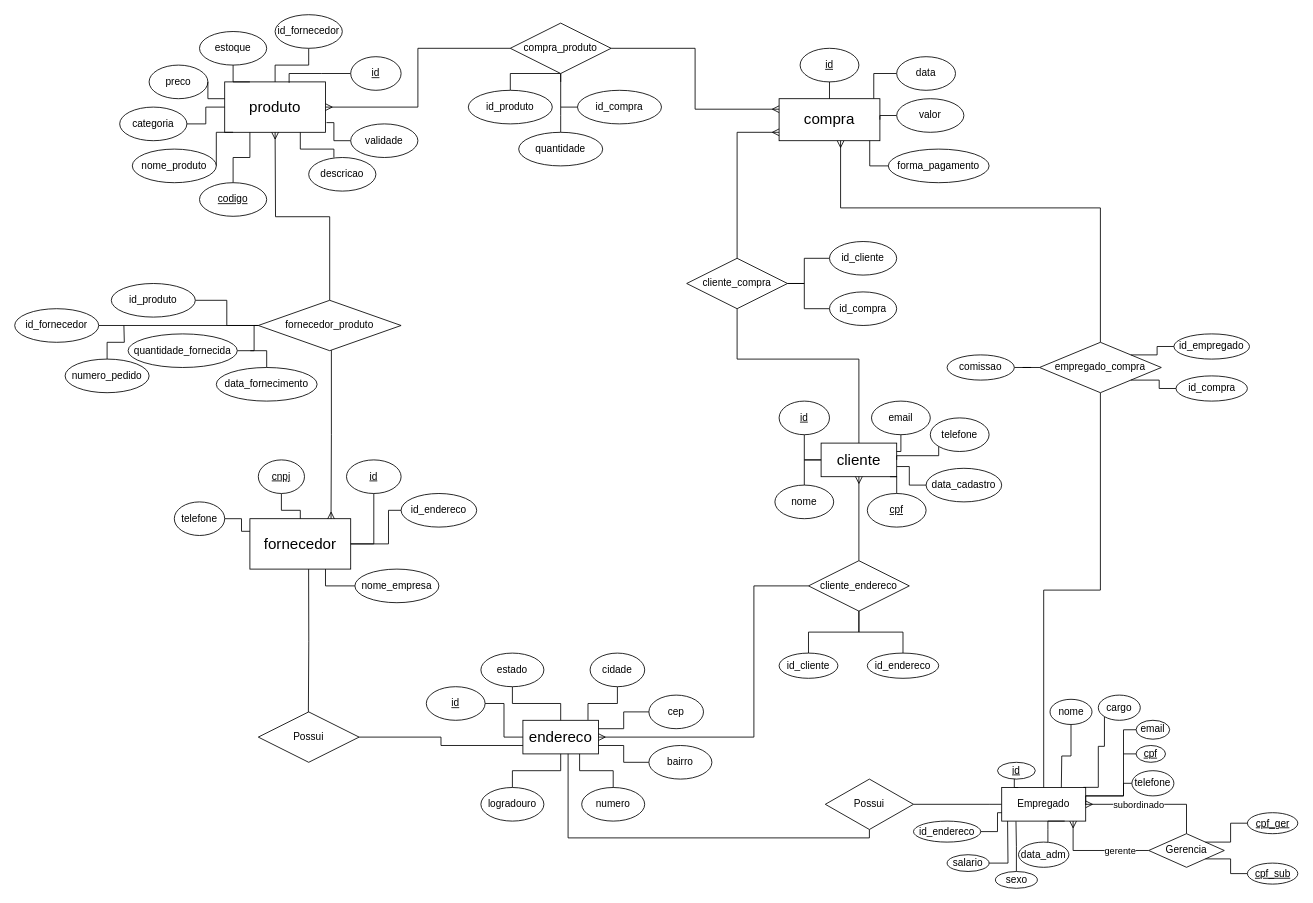
Earlier version of the draw.io diagram diagrama_v5.drawio (trizpomarico/Projeto_BD). Source tidied: cells renumbered, new cells numbered last; positions are measured from the earlier drawing's top-left corner, leaving out a move shared by most shapes. Both pictures are drawn from the tidied source at 84%, with x=0, y=0 at pixel (14, 14).
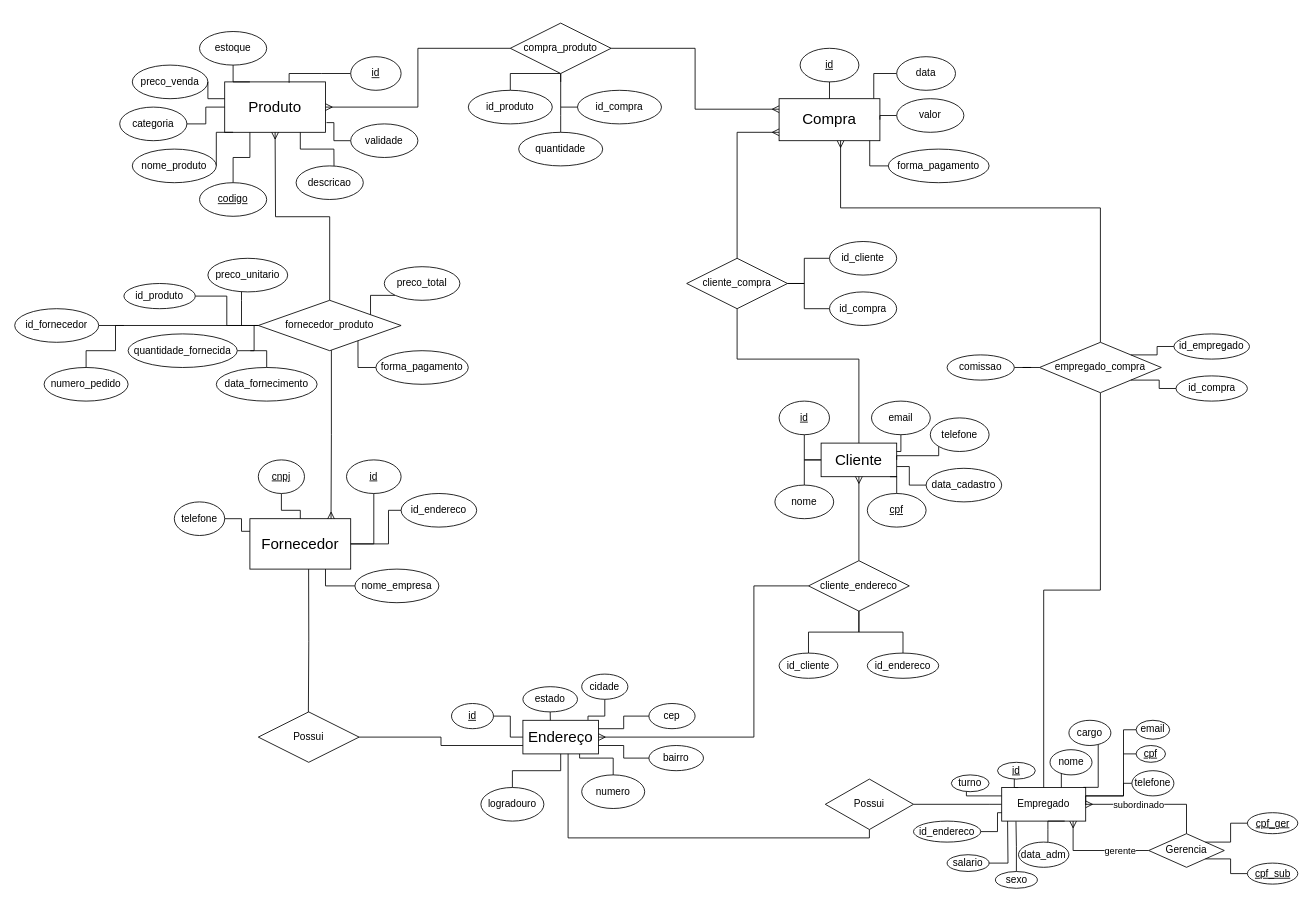
The same diagram, later.

Commit message:
fix: correcao de campos e inclusao de alguns novos

Unchanged cells that the change refers to:
```xml
<mxCell id="90" value="fornecedor_produto" style="shape=rhombus;perimeter=rhombusPerimeter;whiteSpace=wrap;html=1;align=center;" parent="1" vertex="1">
  <mxGeometry x="290" y="340" width="170" height="60" as="geometry" />
</mxCell>
<mxCell id="109" value="Empregado" style="whiteSpace=wrap;html=1;align=center;" parent="1" vertex="1">
  <mxGeometry x="1175" y="920" width="100" height="40" as="geometry" />
</mxCell>
```

Diff of the diagram source:
```diff
@@
-    <mxCell id="2" value="&lt;font style=&quot;font-size: 18px;&quot;&gt;produto&lt;/font&gt;" style="rounded=0;whiteSpace=wrap;html=1;" parent="1" vertex="1">
+    <mxCell id="2" value="&lt;font style=&quot;font-size: 18px;&quot;&gt;Produto&lt;/font&gt;" style="rounded=0;whiteSpace=wrap;html=1;" parent="1" vertex="1">
       <mxGeometry x="250" y="80" width="120" height="60" as="geometry" />
     </mxCell>
@@
     <mxCell id="7" value="descricao" style="ellipse;whiteSpace=wrap;html=1;" parent="1" vertex="1">
-      <mxGeometry x="350" y="170" width="80" height="40" as="geometry" />
+      <mxGeometry x="335" y="180" width="80" height="40" as="geometry" />
     </mxCell>
@@
-    <mxCell id="10" value="&lt;span style=&quot;font-weight: normal;&quot;&gt;preco&lt;/span&gt;" style="ellipse;whiteSpace=wrap;html=1;fontStyle=1;" parent="1" vertex="1">
-      <mxGeometry x="160" y="60" width="70" height="40" as="geometry" />
+    <mxCell id="10" value="&lt;span style=&quot;font-weight: normal;&quot;&gt;preco_venda&lt;/span&gt;" style="ellipse;whiteSpace=wrap;html=1;fontStyle=1;" parent="1" vertex="1">
+      <mxGeometry x="140" y="60" width="90" height="40" as="geometry" />
     </mxCell>
@@
-    <mxCell id="13" style="endArrow=none;html=1;rounded=0;entryX=0.75;entryY=1;entryDx=0;entryDy=0;" parent="1" edge="1" target="2">
+    <mxCell id="13" style="endArrow=none;html=1;rounded=0;entryX=0.75;entryY=1;entryDx=0;entryDy=0;exitX=0.564;exitY=0.001;exitDx=0;exitDy=0;exitPerimeter=0;" parent="1" edge="1" source="7" target="2">
       <mxGeometry relative="1" as="geometry">
-        <mxPoint x="380" y="170" as="sourcePoint" />
         <Array as="points">
           <mxPoint x="380" y="160" />
           <mxPoint x="340" y="160" />
         </Array>
       </mxGeometry>
     </mxCell>
@@
-    <mxCell id="15" value="&lt;font style=&quot;font-size: 18px;&quot;&gt;cliente&lt;br&gt;&lt;/font&gt;" style="rounded=0;whiteSpace=wrap;html=1;" parent="1" vertex="1">
+    <mxCell id="15" value="&lt;font style=&quot;font-size: 18px;&quot;&gt;Cliente&lt;br&gt;&lt;/font&gt;" style="rounded=0;whiteSpace=wrap;html=1;" parent="1" vertex="1">
       <mxGeometry x="960" y="510" width="90" height="40" as="geometry" />
     </mxCell>
@@
-    <mxCell id="24" value="&lt;font style=&quot;font-size: 18px;&quot;&gt;fornecedor&lt;/font&gt;" style="rounded=0;whiteSpace=wrap;html=1;" parent="1" vertex="1">
+    <mxCell id="24" value="&lt;font style=&quot;font-size: 18px;&quot;&gt;Fornecedor&lt;/font&gt;" style="rounded=0;whiteSpace=wrap;html=1;" parent="1" vertex="1">
       <mxGeometry x="280" y="600" width="120" height="60" as="geometry" />
     </mxCell>
@@
-    <mxCell id="31" value="&lt;font style=&quot;font-size: 18px;&quot;&gt;compra&lt;/font&gt;" style="rounded=0;whiteSpace=wrap;html=1;" parent="1" vertex="1">
+    <mxCell id="31" value="&lt;font style=&quot;font-size: 18px;&quot;&gt;Compra&lt;/font&gt;" style="rounded=0;whiteSpace=wrap;html=1;" parent="1" vertex="1">
       <mxGeometry x="910" y="100" width="120" height="50" as="geometry" />
     </mxCell>
@@
-    <mxCell id="61" value="&lt;font style=&quot;font-size: 18px;&quot;&gt;endereco&lt;/font&gt;" style="whiteSpace=wrap;html=1;align=center;" parent="1" vertex="1">
+    <mxCell id="61" value="&lt;font style=&quot;font-size: 18px;&quot;&gt;Endereço&lt;/font&gt;" style="whiteSpace=wrap;html=1;align=center;" parent="1" vertex="1">
       <mxGeometry x="605" y="840" width="90" height="40" as="geometry" />
     </mxCell>
@@
     <mxCell id="65" value="cep" style="ellipse;whiteSpace=wrap;html=1;align=center;" parent="1" vertex="1">
-      <mxGeometry x="755" y="810" width="65" height="40" as="geometry" />
+      <mxGeometry x="755" y="820" width="55" height="30" as="geometry" />
     </mxCell>
@@
     <mxCell id="67" value="numero" style="ellipse;whiteSpace=wrap;html=1;align=center;" parent="1" vertex="1">
-      <mxGeometry x="675" y="920" width="75" height="40" as="geometry" />
+      <mxGeometry x="675" y="905" width="75" height="40" as="geometry" />
     </mxCell>
@@
     <mxCell id="69" value="cidade" style="ellipse;whiteSpace=wrap;html=1;align=center;" parent="1" vertex="1">
-      <mxGeometry x="685" y="760" width="65" height="40" as="geometry" />
+      <mxGeometry x="675" y="785" width="55" height="30" as="geometry" />
     </mxCell>
-    <mxCell id="70" style="edgeStyle=orthogonalEdgeStyle;rounded=0;jettySize=auto;html=1;endArrow=none;endFill=0;" parent="1" edge="1" source="71" target="61">
+    <mxCell id="70" style="edgeStyle=orthogonalEdgeStyle;rounded=0;jettySize=auto;html=1;exitX=0.5;exitY=1;exitDx=0;exitDy=0;entryX=0.363;entryY=0;entryDx=0;entryDy=0;entryPerimeter=0;endArrow=none;endFill=0;" parent="1" edge="1" source="71" target="61">
       <mxGeometry relative="1" as="geometry" />
     </mxCell>
     <mxCell id="71" value="estado" style="ellipse;whiteSpace=wrap;html=1;align=center;" parent="1" vertex="1">
-      <mxGeometry x="555" y="760" width="75" height="40" as="geometry" />
+      <mxGeometry x="605" y="800" width="65" height="30" as="geometry" />
     </mxCell>
@@
     <mxCell id="73" value="bairro" style="ellipse;whiteSpace=wrap;html=1;align=center;" parent="1" vertex="1">
-      <mxGeometry x="755" y="870" width="75" height="40" as="geometry" />
+      <mxGeometry x="755" y="870" width="65" height="30" as="geometry" />
     </mxCell>
@@
     <mxCell id="75" value="&lt;u&gt;id&lt;/u&gt;" style="ellipse;whiteSpace=wrap;html=1;align=center;" parent="1" vertex="1">
-      <mxGeometry x="490" y="800" width="70" height="40" as="geometry" />
+      <mxGeometry x="520" y="820" width="50" height="30" as="geometry" />
     </mxCell>
@@
-    <mxCell id="82" style="edgeStyle=orthogonalEdgeStyle;rounded=0;jettySize=auto;html=1;endArrow=none;endFill=0;" parent="1" edge="1" source="83" target="2">
-      <mxGeometry relative="1" as="geometry" />
-    </mxCell>
-    <mxCell id="83" value="&lt;span style=&quot;font-weight: normal;&quot;&gt;id_fornecedor&lt;/span&gt;" style="ellipse;whiteSpace=wrap;html=1;fontStyle=1;" parent="1" vertex="1">
-      <mxGeometry x="310" width="80" height="40" as="geometry" />
-    </mxCell>
@@
     <mxCell id="92" value="id_produto" style="ellipse;whiteSpace=wrap;html=1;align=center;" parent="1" vertex="1">
-      <mxGeometry x="115" y="320" width="100" height="40" as="geometry" />
+      <mxGeometry x="130" y="320" width="85" height="30" as="geometry" />
     </mxCell>
@@
     <mxCell id="99" style="edgeStyle=orthogonalEdgeStyle;rounded=0;jettySize=auto;html=1;endArrow=none;endFill=0;" parent="1" edge="1" source="100">
       <mxGeometry relative="1" as="geometry">
         <mxPoint x="130" y="370" as="targetPoint" />
+        <Array as="points">
+          <mxPoint x="85" y="400" />
+          <mxPoint x="120" y="400" />
+          <mxPoint x="120" y="370" />
+        </Array>
       </mxGeometry>
     </mxCell>
     <mxCell id="100" value="numero_pedido" style="ellipse;whiteSpace=wrap;html=1;align=center;" parent="1" vertex="1">
-      <mxGeometry x="60" y="410" width="100" height="40" as="geometry" />
+      <mxGeometry x="35" y="420" width="100" height="40" as="geometry" />
     </mxCell>
@@
-    <mxCell id="118" style="edgeStyle=orthogonalEdgeStyle;rounded=0;jettySize=auto;html=1;exitX=0;exitY=1;exitDx=0;exitDy=0;entryX=0.973;entryY=-0.004;entryDx=0;entryDy=0;entryPerimeter=0;endArrow=none;endFill=0;" parent="1" edge="1" source="119" target="109">
+    <mxCell id="118" style="edgeStyle=orthogonalEdgeStyle;rounded=0;jettySize=auto;html=1;entryX=0.973;entryY=-0.004;entryDx=0;entryDy=0;entryPerimeter=0;endArrow=none;endFill=0;exitX=0.698;exitY=0.965;exitDx=0;exitDy=0;exitPerimeter=0;" parent="1" edge="1" source="119" target="109">
       <mxGeometry relative="1" as="geometry">
         <Array as="points">
-          <mxPoint x="1290" y="871" />
           <mxPoint x="1290" y="920" />
         </Array>
       </mxGeometry>
     </mxCell>
     <mxCell id="119" value="cargo" style="ellipse;whiteSpace=wrap;html=1;align=center;" parent="1" vertex="1">
-      <mxGeometry x="1290" y="810" width="50" height="30" as="geometry" />
+      <mxGeometry x="1255" y="840" width="50" height="30" as="geometry" />
     </mxCell>
-    <mxCell id="120" style="edgeStyle=orthogonalEdgeStyle;rounded=0;jettySize=auto;html=1;exitX=0.5;exitY=1;exitDx=0;exitDy=0;endArrow=none;endFill=0;" parent="1" edge="1" source="121">
+    <mxCell id="120" style="edgeStyle=orthogonalEdgeStyle;rounded=0;jettySize=auto;html=1;exitX=0.35;exitY=0.988;exitDx=0;exitDy=0;endArrow=none;endFill=0;exitPerimeter=0;" parent="1" edge="1" source="121">
       <mxGeometry relative="1" as="geometry">
         <mxPoint x="1246" y="920" as="targetPoint" />
+        <Array as="points">
+          <mxPoint x="1250" y="883" />
+          <mxPoint x="1246" y="883" />
+        </Array>
       </mxGeometry>
     </mxCell>
     <mxCell id="121" value="nome" style="ellipse;whiteSpace=wrap;html=1;align=center;" parent="1" vertex="1">
-      <mxGeometry x="1232.5" y="815" width="50" height="30" as="geometry" />
+      <mxGeometry x="1232.5" y="875" width="50" height="30" as="geometry" />
     </mxCell>
@@
+    <mxCell id="150" style="edgeStyle=orthogonalEdgeStyle;rounded=0;jettySize=auto;html=1;endArrow=none;endFill=0;" parent="1" edge="1" source="151">
+      <mxGeometry relative="1" as="geometry">
+        <mxPoint x="270" y="370" as="targetPoint" />
+        <Array as="points">
+          <mxPoint x="270" y="340" />
+          <mxPoint x="270" y="340" />
+        </Array>
+      </mxGeometry>
+    </mxCell>
+    <mxCell id="151" value="preco_unitario" style="ellipse;whiteSpace=wrap;html=1;align=center;" parent="1" vertex="1">
+      <mxGeometry x="230" y="290" width="95" height="40" as="geometry" />
+    </mxCell>
+    <mxCell id="152" style="edgeStyle=orthogonalEdgeStyle;rounded=0;jettySize=auto;html=1;exitX=0;exitY=1;exitDx=0;exitDy=0;entryX=0.786;entryY=0.286;entryDx=0;entryDy=0;entryPerimeter=0;endArrow=none;endFill=0;" parent="1" edge="1" source="153" target="90">
+      <mxGeometry relative="1" as="geometry" />
+    </mxCell>
+    <mxCell id="153" value="preco_total" style="ellipse;whiteSpace=wrap;html=1;align=center;" parent="1" vertex="1">
+      <mxGeometry x="440" y="300" width="90" height="40" as="geometry" />
+    </mxCell>
+    <mxCell id="154" style="edgeStyle=orthogonalEdgeStyle;rounded=0;jettySize=auto;html=1;exitX=0;exitY=0.5;exitDx=0;exitDy=0;entryX=0.698;entryY=0.806;entryDx=0;entryDy=0;entryPerimeter=0;endArrow=none;endFill=0;" parent="1" edge="1" source="155" target="90">
+      <mxGeometry relative="1" as="geometry" />
+    </mxCell>
+    <mxCell id="155" value="forma_pagamento" style="ellipse;whiteSpace=wrap;html=1;align=center;" parent="1" vertex="1">
+      <mxGeometry x="430" y="400" width="110" height="40" as="geometry" />
+    </mxCell>
+    <mxCell id="156" style="edgeStyle=orthogonalEdgeStyle;rounded=0;jettySize=auto;html=1;entryX=0;entryY=0.25;entryDx=0;entryDy=0;endArrow=none;endFill=0;" parent="1" edge="1" source="157" target="109">
+      <mxGeometry relative="1" as="geometry">
+        <Array as="points">
+          <mxPoint x="1133" y="930" />
+        </Array>
+      </mxGeometry>
+    </mxCell>
+    <mxCell id="157" value="turno" style="ellipse;whiteSpace=wrap;html=1;align=center;" parent="1" vertex="1">
+      <mxGeometry x="1115" y="905" width="45" height="20" as="geometry" />
+    </mxCell>
```
